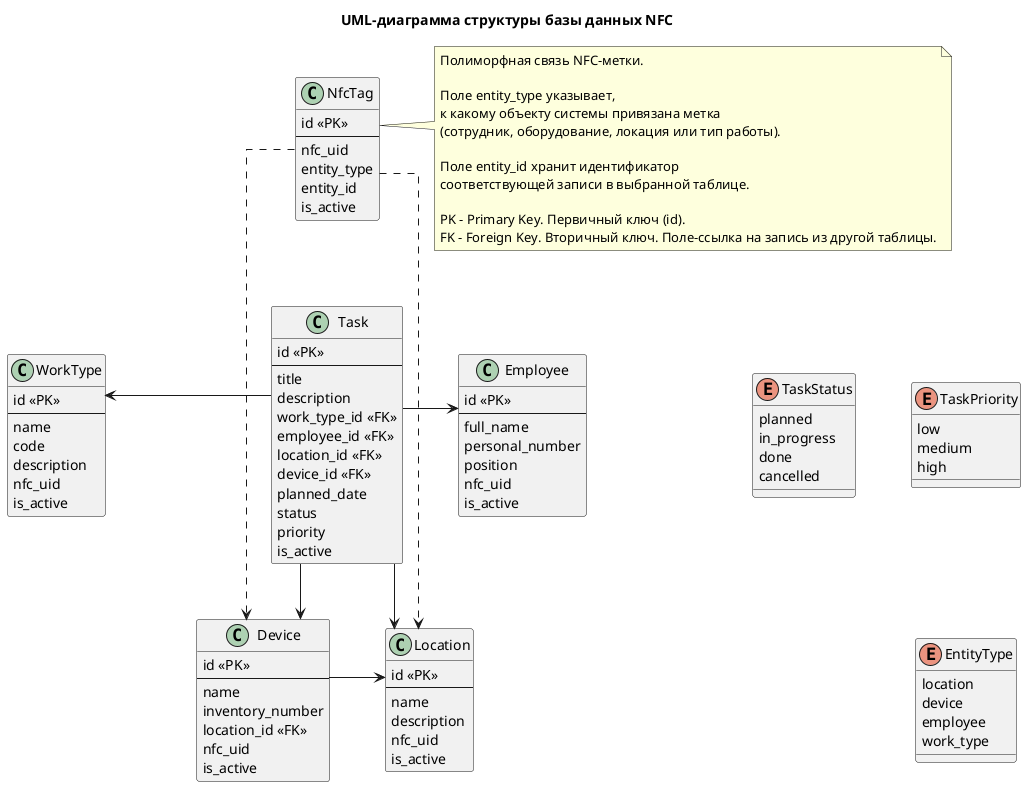
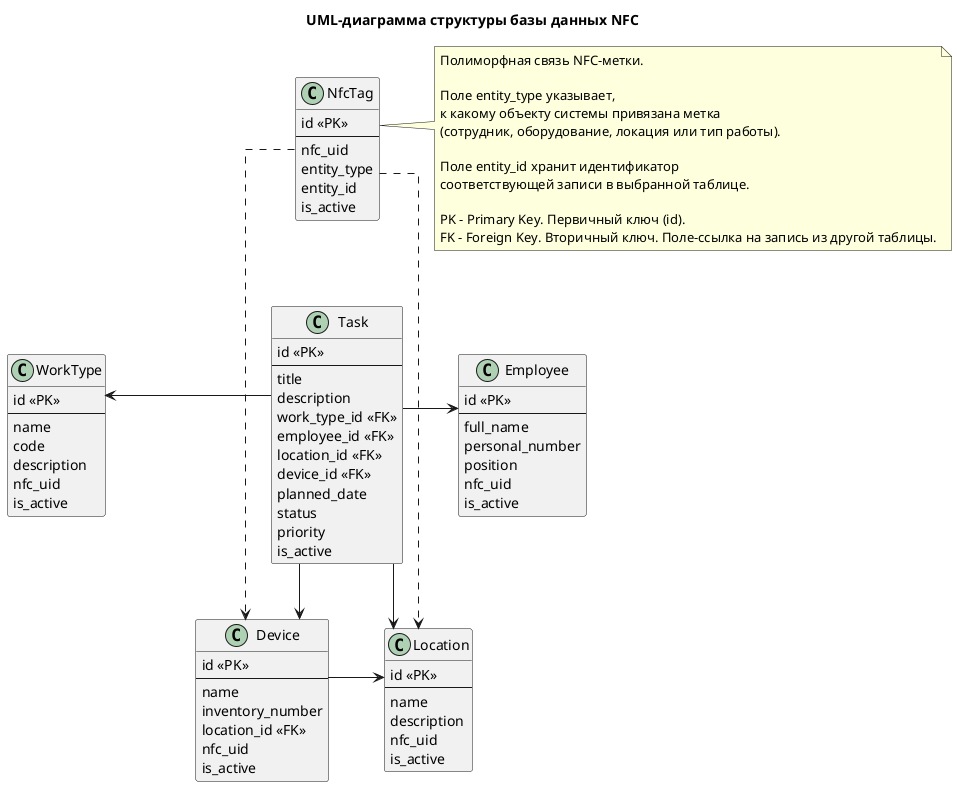
@startuml
title UML-диаграмма структуры базы данных NFC

top to bottom direction

skinparam classAttributeIconSize 0
skinparam linetype ortho
skinparam nodesep 55
skinparam ranksep 55

class NfcTag {
    id <<PK>>
    --
    nfc_uid
    entity_type
    entity_id
    is_active
}

class WorkType {
    id <<PK>>
    --
    name
    code
    description
    nfc_uid
    is_active
}

class Employee {
    id <<PK>>
    --
    full_name
    personal_number
    position
    nfc_uid
    is_active
}

class Task {
    id <<PK>>
    --
    title
    description
    work_type_id <<FK>>
    employee_id <<FK>>
    location_id <<FK>>
    device_id <<FK>>
    planned_date
    status
    priority
    is_active
}

class Device {
    id <<PK>>
    --
    name
    inventory_number
    location_id <<FK>>
    nfc_uid
    is_active
}

class Location {
    id <<PK>>
    --
    name
    description
    nfc_uid
    is_active
}

- enum TaskStatus {
-     planned
-     in_progress
-     done
-     cancelled
- }
- 
- enum TaskPriority {
-     low
-     medium
-     high
- }
- 
- enum EntityType {
-     location
-     device
-     employee
-     work_type
- }

Task -left-> WorkType
Task -right-> Employee
Task -down-> Device
Task -down-> Location

NfcTag ..> Device
NfcTag ..> Location

Device -right-> Location

note right of NfcTag
  Полиморфная связь NFC-метки.

  Поле entity_type указывает,
  к какому объекту системы привязана метка
  (сотрудник, оборудование, локация или тип работы).

  Поле entity_id хранит идентификатор
  соответствующей записи в выбранной таблице.

  PK - Primary Key. Первичный ключ (id).
  FK - Foreign Key. Вторичный ключ. Поле-ссылка на запись из другой таблицы.
end note

WorkType -[hidden]right-> Task
Task -[hidden]right-> Employee

Device -[hidden]right-> Location

NfcTag -[hidden]down-> Task
WorkType -[hidden]down-> Device
Employee -[hidden]down-> Location

- TaskStatus -[hidden]right-> TaskPriority
- TaskPriority -[hidden]down-> EntityType
- 
- Employee -[hidden]right-> TaskStatus

@enduml